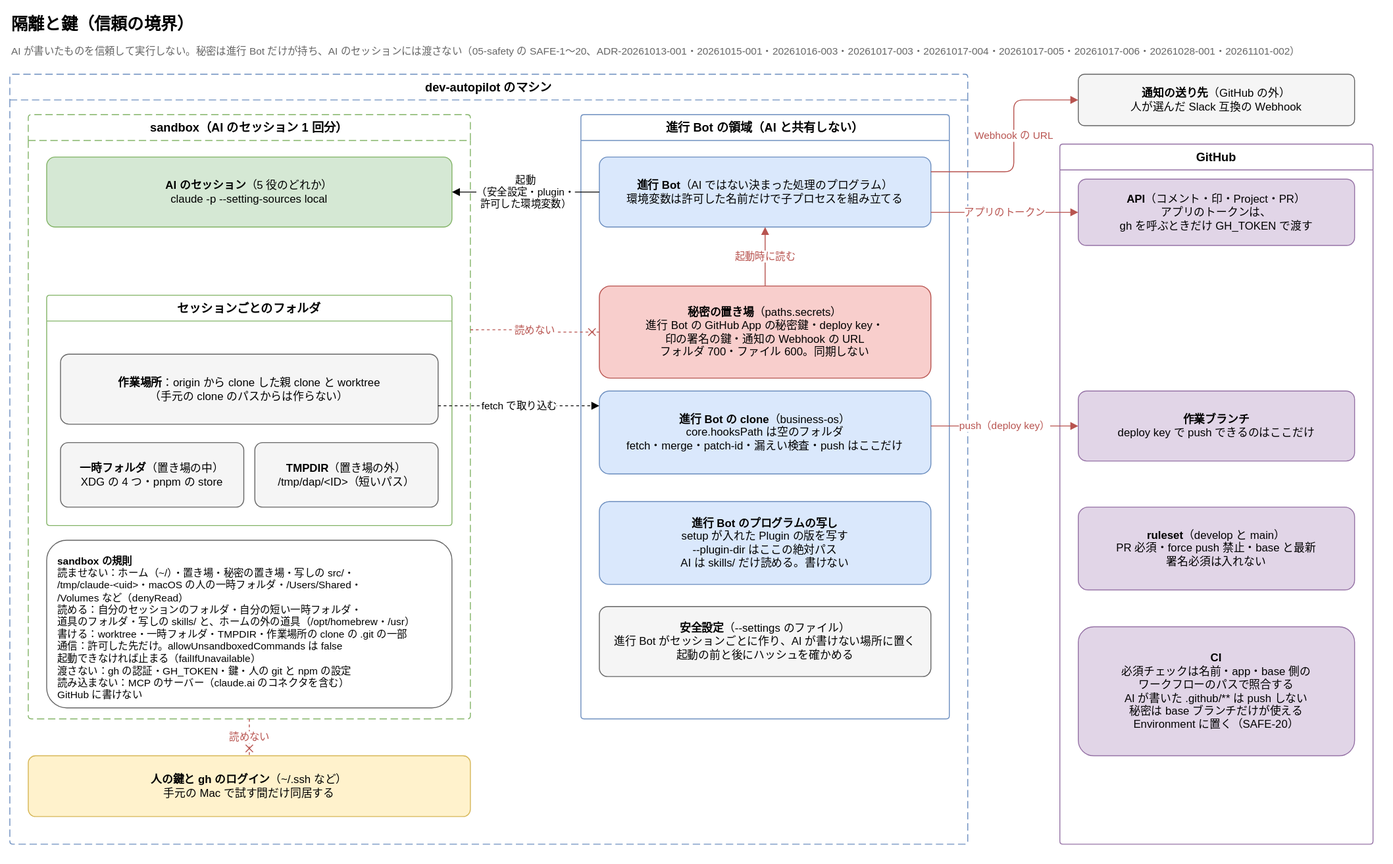
Earlier version of the draw.io export docs/requirements/diagrams/isolation-and-keys.drawio.svg (Joymerrevent/dev-autopilot). Source tidied: cells renumbered, new cells last; positions are measured from the earlier drawing's top-left corner, leaving out a move shared by most shapes.
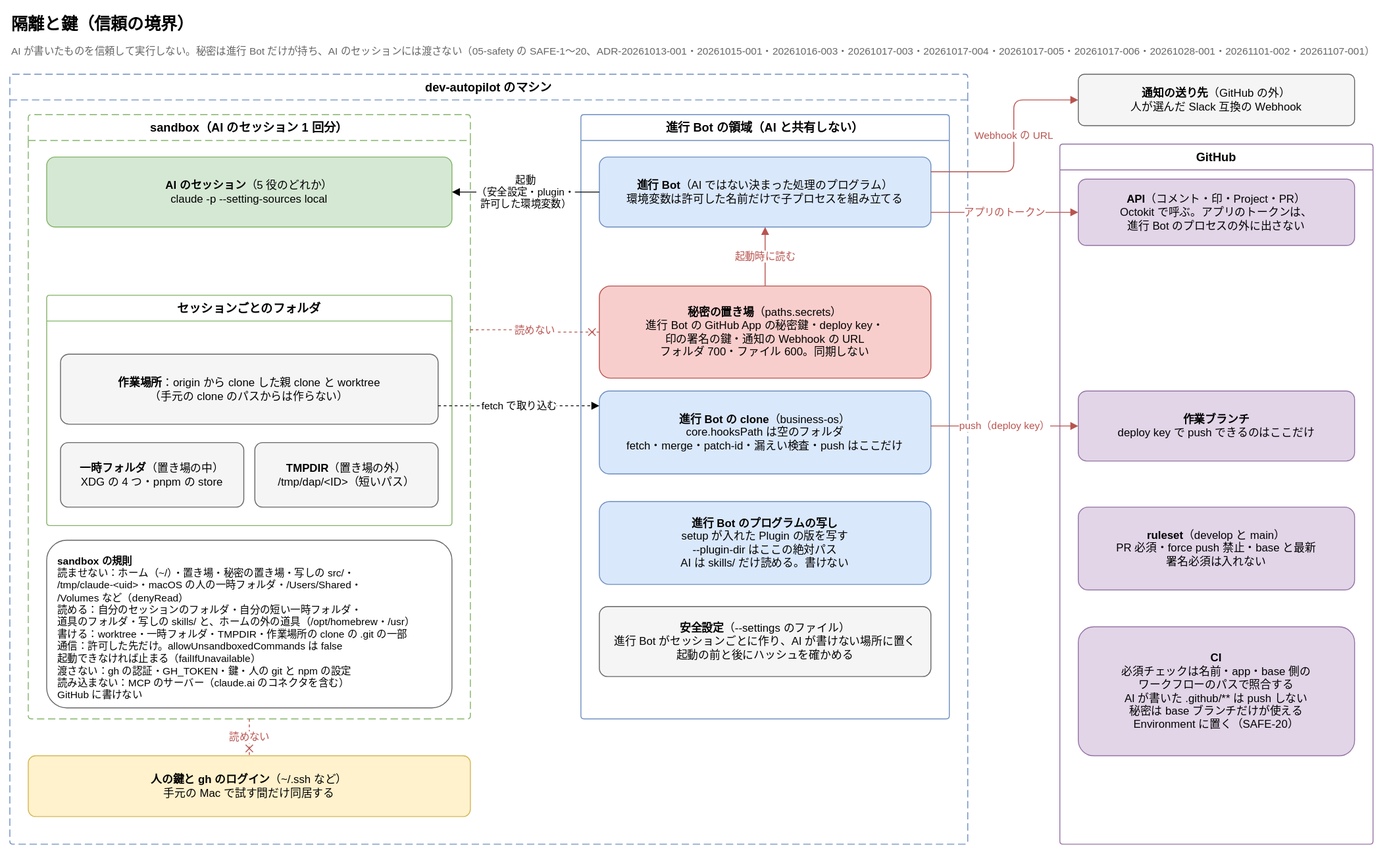
After the change.

Commit message:
docs(requirements): 進行 Bot が GitHub を Octokit で呼び、トークンを子プロセスに渡さない形に要件と図を直す

The edit, as a diff of the source:
```diff
@@ -5,7 +5,7 @@
     <mxCell id="2" value="隔離と鍵（信頼の境界）" style="text;html=1;whiteSpace=wrap;align=left;verticalAlign=middle;fontSize=18;fontStyle=1;" parent="1" vertex="1">
       <mxGeometry width="900" height="32" as="geometry" />
     </mxCell>
-    <mxCell id="3" value="AI が書いたものを信頼して実行しない。秘密は進行 Bot だけが持ち、AI のセッションには渡さない（05-safety の SAFE-1〜20、ADR-20261013-001・20261015-001・20261016-003・20261017-003・20261017-004・20261017-005・20261017-006・20261028-001・20261101-002）" style="text;html=1;whiteSpace=wrap;align=left;verticalAlign=top;fontSize=11;fontColor=#666666;" parent="1" vertex="1">
+    <mxCell id="3" value="AI が書いたものを信頼して実行しない。秘密は進行 Bot だけが持ち、AI のセッションには渡さない（05-safety の SAFE-1〜20、ADR-20261013-001・20261015-001・20261016-003・20261017-003・20261017-004・20261017-005・20261017-006・20261028-001・20261101-002・20261107-001）" style="text;html=1;whiteSpace=wrap;align=left;verticalAlign=top;fontSize=11;fontColor=#666666;" parent="1" vertex="1">
       <mxGeometry y="32" width="1480" height="22" as="geometry" />
     </mxCell>
     <mxCell id="4" value="dev-autopilot のマシン" style="swimlane;startSize=28;html=1;whiteSpace=wrap;rounded=1;arcSize=4;dashed=1;dashPattern=8 4;fontStyle=1;fontSize=13;strokeColor=#6c8ebf;fillColor=none;swimlaneFillColor=none;" parent="1" vertex="1">
@@ -56,7 +56,7 @@
     <mxCell id="19" value="GitHub" style="swimlane;startSize=28;html=1;whiteSpace=wrap;rounded=1;arcSize=4;fontStyle=1;fontSize=13;strokeColor=#9673a6;fillColor=none;swimlaneFillColor=none;" parent="1" vertex="1">
       <mxGeometry x="1140" y="146" width="340" height="760" as="geometry" />
     </mxCell>
-    <mxCell id="20" value="&lt;b&gt;API&lt;/b&gt;（コメント・印・Project・PR）&lt;br&gt;アプリのトークンは、&lt;br&gt;gh を呼ぶときだけ GH_TOKEN で渡す" style="rounded=1;whiteSpace=wrap;html=1;fontSize=12;arcSize=12;fillColor=#e1d5e7;strokeColor=#9673a6;spacing=12;" parent="19" vertex="1">
+    <mxCell id="20" value="&lt;b&gt;API&lt;/b&gt;（コメント・印・Project・PR）&lt;br&gt;Octokit で呼ぶ。アプリのトークンは、&lt;br&gt;進行 Bot のプロセスの外に出さない" style="rounded=1;whiteSpace=wrap;html=1;fontSize=12;arcSize=12;fillColor=#e1d5e7;strokeColor=#9673a6;spacing=12;" parent="19" vertex="1">
       <mxGeometry x="20" y="38" width="300" height="72" as="geometry" />
     </mxCell>
     <mxCell id="21" value="&lt;b&gt;作業ブランチ&lt;/b&gt;&lt;br&gt;deploy key で push できるのはここだけ" style="rounded=1;whiteSpace=wrap;html=1;fontSize=12;arcSize=12;fillColor=#e1d5e7;strokeColor=#9673a6;spacing=12;" parent="19" vertex="1">
```
